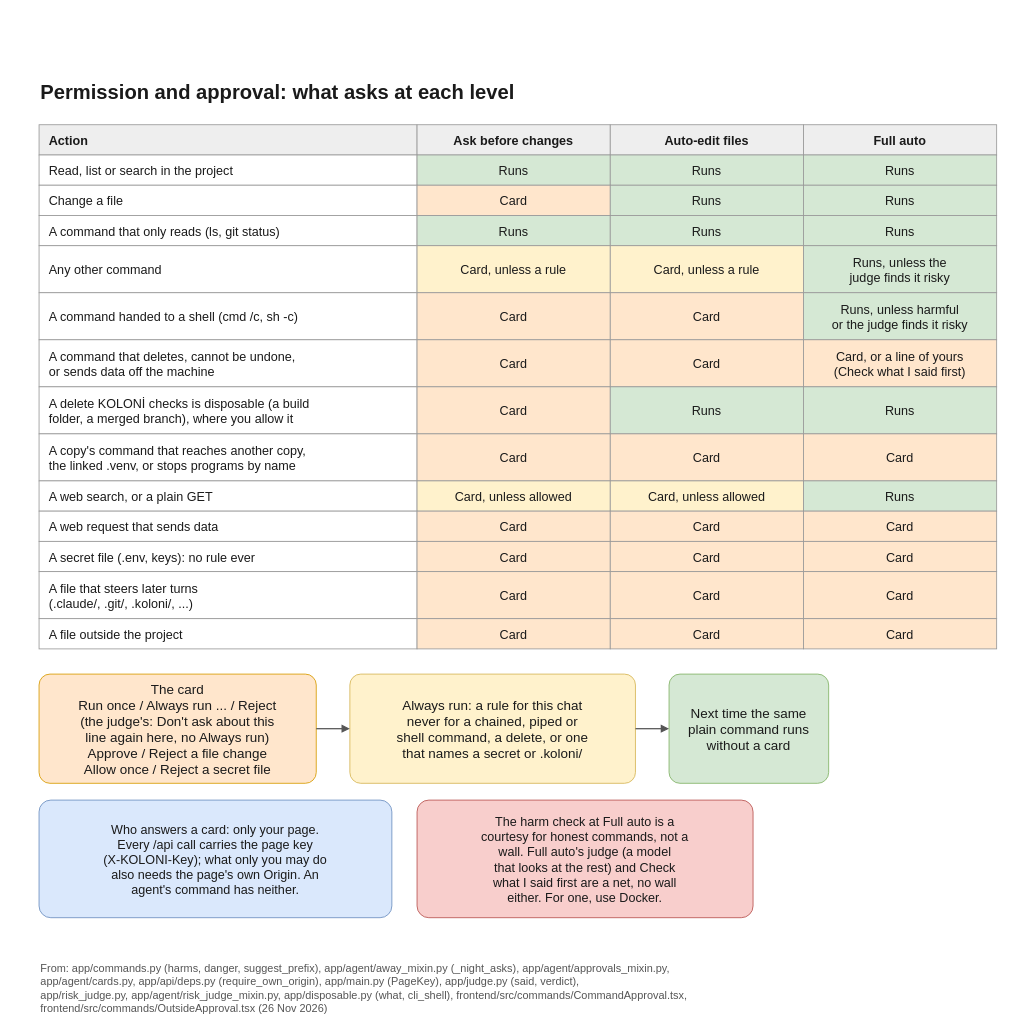
The draw.io diagram docs/diagrams/permissions.drawio in flyingriverhorse/Koloni, before the edit. Source tidied: cells renumbered, new cells numbered last; positions are measured from the earlier drawing's top-left corner, leaving out a move shared by most shapes. Both pictures are drawn from the tidied source at 84%, with x=0, y=0 at pixel (13, 60).
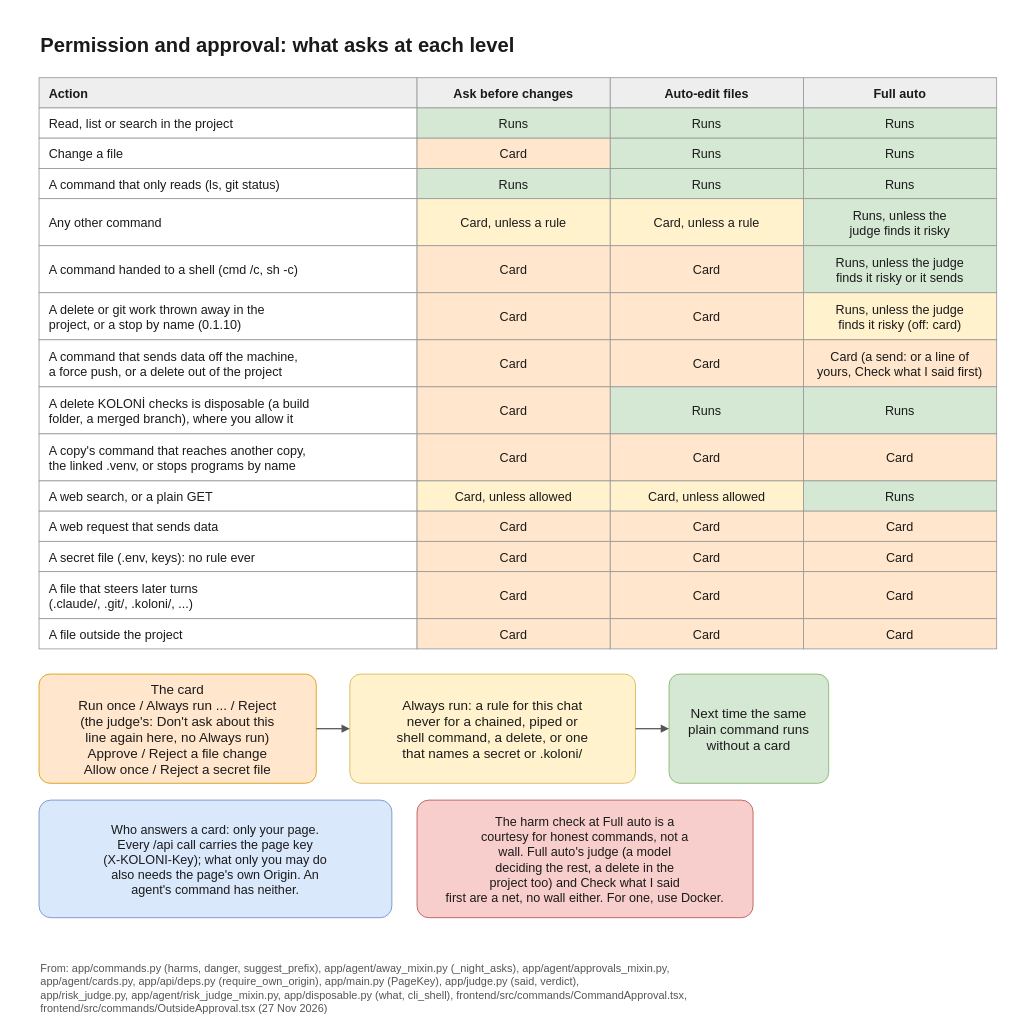
Above is the later version.

Commit message (it also covers changes not shown here):
docs(judge): what Full auto's judge decides in place of the list, and a force push asked at every level

What changed in the source:
```diff
@@
     <mxCell id="2" style="rounded=0;fillColor=#ffffff;strokeColor=none;" parent="1" vertex="1">
-      <mxGeometry width="1200" height="1144" as="geometry" />
+      <mxGeometry y="-56" width="1200" height="1200" as="geometry" />
     </mxCell>
     <mxCell id="3" value="Permission and approval: what asks at each level" style="text;strokeColor=none;fillColor=none;fontFamily=Helvetica;fontColor=#1a1a1a;fontSize=24;align=left;verticalAlign=top;fontStyle=1;" parent="1" vertex="1">
-      <mxGeometry x="30" y="16" width="1140" height="36" as="geometry" />
+      <mxGeometry x="30" y="-40" width="1140" height="36" as="geometry" />
     </mxCell>
     <mxCell id="4" value="Action" style="rounded=0;fontFamily=Helvetica;fontColor=#1a1a1a;fontSize=15;strokeColor=#999999;fillColor=#eeeeee;fontStyle=1;align=left;spacingLeft=10;" parent="1" vertex="1">
-      <mxGeometry x="30" y="76" width="450" height="36" as="geometry" />
+      <mxGeometry x="30" y="20" width="450" height="36" as="geometry" />
     </mxCell>
     <mxCell id="5" value="Ask before changes" style="rounded=0;fontFamily=Helvetica;fontColor=#1a1a1a;fontSize=15;strokeColor=#999999;fillColor=#eeeeee;fontStyle=1;" parent="1" vertex="1">
-      <mxGeometry x="480" y="76" width="230" height="36" as="geometry" />
+      <mxGeometry x="480" y="20" width="230" height="36" as="geometry" />
     </mxCell>
     <mxCell id="6" value="Auto-edit files" style="rounded=0;fontFamily=Helvetica;fontColor=#1a1a1a;fontSize=15;strokeColor=#999999;fillColor=#eeeeee;fontStyle=1;" parent="1" vertex="1">
-      <mxGeometry x="710" y="76" width="230" height="36" as="geometry" />
+      <mxGeometry x="710" y="20" width="230" height="36" as="geometry" />
     </mxCell>
     <mxCell id="7" value="Full auto" style="rounded=0;fontFamily=Helvetica;fontColor=#1a1a1a;fontSize=15;strokeColor=#999999;fillColor=#eeeeee;fontStyle=1;" parent="1" vertex="1">
-      <mxGeometry x="940" y="76" width="230" height="36" as="geometry" />
+      <mxGeometry x="940" y="20" width="230" height="36" as="geometry" />
     </mxCell>
     <mxCell id="8" value="Read, list or search in the project" style="rounded=0;fontFamily=Helvetica;fontColor=#1a1a1a;fontSize=15;strokeColor=#999999;fillColor=#ffffff;align=left;spacingLeft=10;" parent="1" vertex="1">
-      <mxGeometry x="30" y="112" width="450" height="36" as="geometry" />
+      <mxGeometry x="30" y="56" width="450" height="36" as="geometry" />
     </mxCell>
     <mxCell id="9" value="Runs" style="rounded=0;fontFamily=Helvetica;fontColor=#1a1a1a;fontSize=15;strokeColor=#999999;fillColor=#d5e8d4;" parent="1" vertex="1">
-      <mxGeometry x="480" y="112" width="230" height="36" as="geometry" />
+      <mxGeometry x="480" y="56" width="230" height="36" as="geometry" />
     </mxCell>
     <mxCell id="10" value="Runs" style="rounded=0;fontFamily=Helvetica;fontColor=#1a1a1a;fontSize=15;strokeColor=#999999;fillColor=#d5e8d4;" parent="1" vertex="1">
-      <mxGeometry x="710" y="112" width="230" height="36" as="geometry" />
+      <mxGeometry x="710" y="56" width="230" height="36" as="geometry" />
     </mxCell>
     <mxCell id="11" value="Runs" style="rounded=0;fontFamily=Helvetica;fontColor=#1a1a1a;fontSize=15;strokeColor=#999999;fillColor=#d5e8d4;" parent="1" vertex="1">
-      <mxGeometry x="940" y="112" width="230" height="36" as="geometry" />
+      <mxGeometry x="940" y="56" width="230" height="36" as="geometry" />
     </mxCell>
     <mxCell id="12" value="Change a file" style="rounded=0;fontFamily=Helvetica;fontColor=#1a1a1a;fontSize=15;strokeColor=#999999;fillColor=#ffffff;align=left;spacingLeft=10;" parent="1" vertex="1">
-      <mxGeometry x="30" y="148" width="450" height="36" as="geometry" />
+      <mxGeometry x="30" y="92" width="450" height="36" as="geometry" />
     </mxCell>
     <mxCell id="13" value="Card" style="rounded=0;fontFamily=Helvetica;fontColor=#1a1a1a;fontSize=15;strokeColor=#999999;fillColor=#ffe6cc;" parent="1" vertex="1">
-      <mxGeometry x="480" y="148" width="230" height="36" as="geometry" />
+      <mxGeometry x="480" y="92" width="230" height="36" as="geometry" />
     </mxCell>
     <mxCell id="14" value="Runs" style="rounded=0;fontFamily=Helvetica;fontColor=#1a1a1a;fontSize=15;strokeColor=#999999;fillColor=#d5e8d4;" parent="1" vertex="1">
-      <mxGeometry x="710" y="148" width="230" height="36" as="geometry" />
+      <mxGeometry x="710" y="92" width="230" height="36" as="geometry" />
     </mxCell>
     <mxCell id="15" value="Runs" style="rounded=0;fontFamily=Helvetica;fontColor=#1a1a1a;fontSize=15;strokeColor=#999999;fillColor=#d5e8d4;" parent="1" vertex="1">
-      <mxGeometry x="940" y="148" width="230" height="36" as="geometry" />
+      <mxGeometry x="940" y="92" width="230" height="36" as="geometry" />
     </mxCell>
     <mxCell id="16" value="A command that only reads (ls, git status)" style="rounded=0;fontFamily=Helvetica;fontColor=#1a1a1a;fontSize=15;strokeColor=#999999;fillColor=#ffffff;align=left;spacingLeft=10;" parent="1" vertex="1">
-      <mxGeometry x="30" y="184" width="450" height="36" as="geometry" />
+      <mxGeometry x="30" y="128" width="450" height="36" as="geometry" />
     </mxCell>
     <mxCell id="17" value="Runs" style="rounded=0;fontFamily=Helvetica;fontColor=#1a1a1a;fontSize=15;strokeColor=#999999;fillColor=#d5e8d4;" parent="1" vertex="1">
-      <mxGeometry x="480" y="184" width="230" height="36" as="geometry" />
+      <mxGeometry x="480" y="128" width="230" height="36" as="geometry" />
     </mxCell>
     <mxCell id="18" value="Runs" style="rounded=0;fontFamily=Helvetica;fontColor=#1a1a1a;fontSize=15;strokeColor=#999999;fillColor=#d5e8d4;" parent="1" vertex="1">
-      <mxGeometry x="710" y="184" width="230" height="36" as="geometry" />
+      <mxGeometry x="710" y="128" width="230" height="36" as="geometry" />
     </mxCell>
     <mxCell id="19" value="Runs" style="rounded=0;fontFamily=Helvetica;fontColor=#1a1a1a;fontSize=15;strokeColor=#999999;fillColor=#d5e8d4;" parent="1" vertex="1">
-      <mxGeometry x="940" y="184" width="230" height="36" as="geometry" />
+      <mxGeometry x="940" y="128" width="230" height="36" as="geometry" />
     </mxCell>
     <mxCell id="20" value="Any other command" style="rounded=0;fontFamily=Helvetica;fontColor=#1a1a1a;fontSize=15;strokeColor=#999999;fillColor=#ffffff;align=left;spacingLeft=10;" parent="1" vertex="1">
-      <mxGeometry x="30" y="220" width="450" height="56" as="geometry" />
+      <mxGeometry x="30" y="164" width="450" height="56" as="geometry" />
     </mxCell>
     <mxCell id="21" value="Card, unless a rule" style="rounded=0;fontFamily=Helvetica;fontColor=#1a1a1a;fontSize=15;strokeColor=#999999;fillColor=#fff2cc;" parent="1" vertex="1">
-      <mxGeometry x="480" y="220" width="230" height="56" as="geometry" />
+      <mxGeometry x="480" y="164" width="230" height="56" as="geometry" />
     </mxCell>
     <mxCell id="22" value="Card, unless a rule" style="rounded=0;fontFamily=Helvetica;fontColor=#1a1a1a;fontSize=15;strokeColor=#999999;fillColor=#fff2cc;" parent="1" vertex="1">
-      <mxGeometry x="710" y="220" width="230" height="56" as="geometry" />
+      <mxGeometry x="710" y="164" width="230" height="56" as="geometry" />
     </mxCell>
     <mxCell id="23" value="Runs, unless the&#10;judge finds it risky" style="rounded=0;fontFamily=Helvetica;fontColor=#1a1a1a;fontSize=15;strokeColor=#999999;fillColor=#d5e8d4;" parent="1" vertex="1">
-      <mxGeometry x="940" y="220" width="230" height="56" as="geometry" />
+      <mxGeometry x="940" y="164" width="230" height="56" as="geometry" />
     </mxCell>
     <mxCell id="24" value="A command handed to a shell (cmd /c, sh -c)" style="rounded=0;fontFamily=Helvetica;fontColor=#1a1a1a;fontSize=15;strokeColor=#999999;fillColor=#ffffff;align=left;spacingLeft=10;" parent="1" vertex="1">
-      <mxGeometry x="30" y="276" width="450" height="56" as="geometry" />
+      <mxGeometry x="30" y="220" width="450" height="56" as="geometry" />
     </mxCell>
     <mxCell id="25" value="Card" style="rounded=0;fontFamily=Helvetica;fontColor=#1a1a1a;fontSize=15;strokeColor=#999999;fillColor=#ffe6cc;" parent="1" vertex="1">
-      <mxGeometry x="480" y="276" width="230" height="56" as="geometry" />
+      <mxGeometry x="480" y="220" width="230" height="56" as="geometry" />
     </mxCell>
     <mxCell id="26" value="Card" style="rounded=0;fontFamily=Helvetica;fontColor=#1a1a1a;fontSize=15;strokeColor=#999999;fillColor=#ffe6cc;" parent="1" vertex="1">
-      <mxGeometry x="710" y="276" width="230" height="56" as="geometry" />
+      <mxGeometry x="710" y="220" width="230" height="56" as="geometry" />
     </mxCell>
-    <mxCell id="27" value="Runs, unless harmful&#10;or the judge finds it risky" style="rounded=0;fontFamily=Helvetica;fontColor=#1a1a1a;fontSize=15;strokeColor=#999999;fillColor=#d5e8d4;" parent="1" vertex="1">
-      <mxGeometry x="940" y="276" width="230" height="56" as="geometry" />
+    <mxCell id="27" value="Runs, unless the judge&#10;finds it risky or it sends" style="rounded=0;fontFamily=Helvetica;fontColor=#1a1a1a;fontSize=15;strokeColor=#999999;fillColor=#d5e8d4;" parent="1" vertex="1">
+      <mxGeometry x="940" y="220" width="230" height="56" as="geometry" />
     </mxCell>
+    <mxCell id="68" value="A delete or git work thrown away in the&#10;project, or a stop by name (0.1.10)" style="rounded=0;fontFamily=Helvetica;fontColor=#1a1a1a;fontSize=15;strokeColor=#999999;fillColor=#ffffff;align=left;spacingLeft=10;" parent="1" vertex="1">
+      <mxGeometry x="30" y="276" width="450" height="56" as="geometry" />
+    </mxCell>
+    <mxCell id="69" value="Card" style="rounded=0;fontFamily=Helvetica;fontColor=#1a1a1a;fontSize=15;strokeColor=#999999;fillColor=#ffe6cc;" parent="1" vertex="1">
+      <mxGeometry x="480" y="276" width="230" height="56" as="geometry" />
+    </mxCell>
+    <mxCell id="70" value="Card" style="rounded=0;fontFamily=Helvetica;fontColor=#1a1a1a;fontSize=15;strokeColor=#999999;fillColor=#ffe6cc;" parent="1" vertex="1">
+      <mxGeometry x="710" y="276" width="230" height="56" as="geometry" />
+    </mxCell>
+    <mxCell id="71" value="Runs, unless the judge&#10;finds it risky (off: card)" style="rounded=0;fontFamily=Helvetica;fontColor=#1a1a1a;fontSize=15;strokeColor=#999999;fillColor=#fff2cc;" parent="1" vertex="1">
+      <mxGeometry x="940" y="276" width="230" height="56" as="geometry" />
+    </mxCell>
-    <mxCell id="28" value="A command that deletes, cannot be undone,&#10;or sends data off the machine" style="rounded=0;fontFamily=Helvetica;fontColor=#1a1a1a;fontSize=15;strokeColor=#999999;fillColor=#ffffff;align=left;spacingLeft=10;" parent="1" vertex="1">
+    <mxCell id="28" value="A command that sends data off the machine,&#10;a force push, or a delete out of the project" style="rounded=0;fontFamily=Helvetica;fontColor=#1a1a1a;fontSize=15;strokeColor=#999999;fillColor=#ffffff;align=left;spacingLeft=10;" parent="1" vertex="1">
       <mxGeometry x="30" y="332" width="450" height="56" as="geometry" />
     </mxCell>
@@
-    <mxCell id="31" value="Card, or a line of yours&#10;(Check what I said first)" style="rounded=0;fontFamily=Helvetica;fontColor=#1a1a1a;fontSize=15;strokeColor=#999999;fillColor=#ffe6cc;" parent="1" vertex="1">
+    <mxCell id="31" value="Card (a send: or a line of&#10;yours, Check what I said first)" style="rounded=0;fontFamily=Helvetica;fontColor=#1a1a1a;fontSize=15;strokeColor=#999999;fillColor=#ffe6cc;" parent="1" vertex="1">
       <mxGeometry x="940" y="332" width="230" height="56" as="geometry" />
     </mxCell>
@@
-    <mxCell id="66" value="The harm check at Full auto is a&#10;courtesy for honest commands, not a&#10;wall. Full auto's judge (a model&#10;that looks at the rest) and Check&#10;what I said first are a net, no wall&#10;either. For one, use Docker." style="rounded=1;arcSize=10;fillColor=#f8cecc;strokeColor=#b85450;fontFamily=Helvetica;fontColor=#1a1a1a;fontSize=15;spacing=6;" parent="1" vertex="1">
+    <mxCell id="66" value="The harm check at Full auto is a&#10;courtesy for honest commands, not a&#10;wall. Full auto's judge (a model&#10;deciding the rest, a delete in the&#10;project too) and Check what I said&#10;first are a net, no wall either. For one, use Docker." style="rounded=1;arcSize=10;fillColor=#f8cecc;strokeColor=#b85450;fontFamily=Helvetica;fontColor=#1a1a1a;fontSize=15;spacing=6;" parent="1" vertex="1">
       <mxGeometry x="480" y="880" width="400" height="140" as="geometry" />
     </mxCell>
-    <mxCell id="67" value="From: app/commands.py (harms, danger, suggest_prefix), app/agent/away_mixin.py (_night_asks), app/agent/approvals_mixin.py,&#10;app/agent/cards.py, app/api/deps.py (require_own_origin), app/main.py (PageKey), app/judge.py (said, verdict),&#10;app/risk_judge.py, app/agent/risk_judge_mixin.py, app/disposable.py (what, cli_shell), frontend/src/commands/CommandApproval.tsx,&#10;frontend/src/commands/OutsideApproval.tsx (26 Nov 2026)" style="text;strokeColor=none;fillColor=none;fontFamily=Helvetica;fontColor=#555555;fontSize=13;align=left;verticalAlign=top;" parent="1" vertex="1">
+    <mxCell id="67" value="From: app/commands.py (harms, danger, suggest_prefix), app/agent/away_mixin.py (_night_asks), app/agent/approvals_mixin.py,&#10;app/agent/cards.py, app/api/deps.py (require_own_origin), app/main.py (PageKey), app/judge.py (said, verdict),&#10;app/risk_judge.py, app/agent/risk_judge_mixin.py, app/disposable.py (what, cli_shell), frontend/src/commands/CommandApproval.tsx,&#10;frontend/src/commands/OutsideApproval.tsx (27 Nov 2026)" style="text;strokeColor=none;fillColor=none;fontFamily=Helvetica;fontColor=#555555;fontSize=13;align=left;verticalAlign=top;" parent="1" vertex="1">
       <mxGeometry x="30" y="1066" width="1140" height="70" as="geometry" />
     </mxCell>
```
